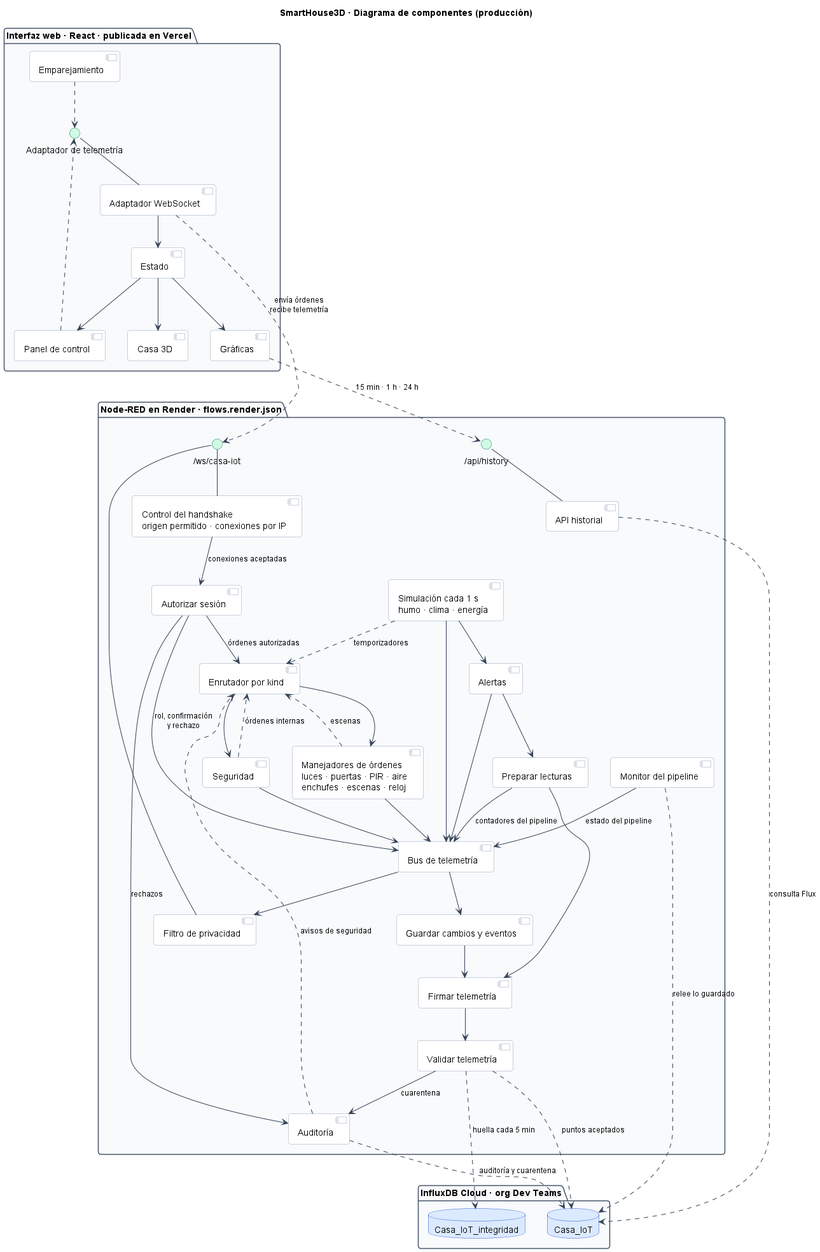
Before: docs/diagramas/png/componentes.png, a diagram exported from PlantUML (WilderG2004/SmartHouse3D).
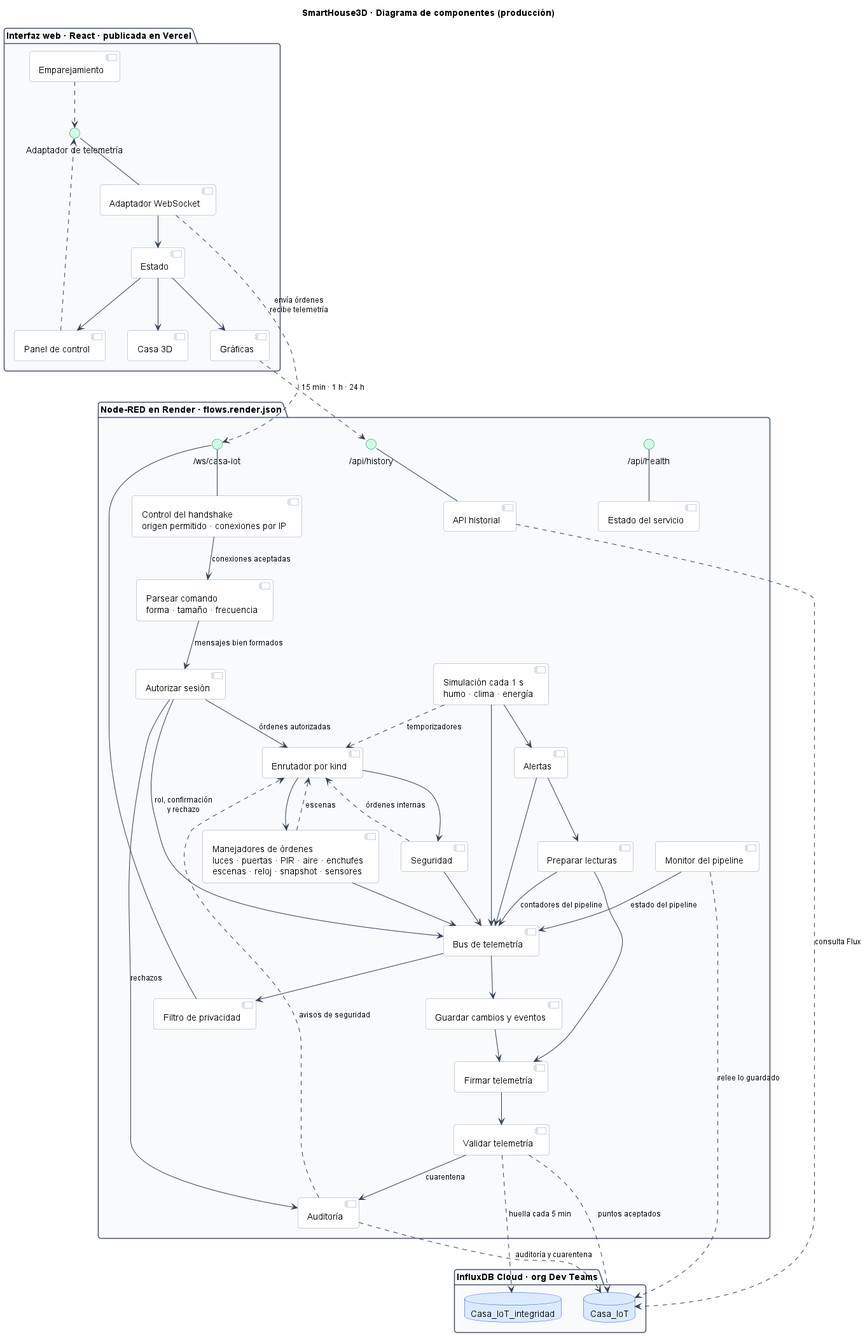
After the commit.

Commit message:
Componentes: salud, parseo y los manejadores completos

Change to the diagram source:
```diff
@@ -48,9 +48,11 @@
 
 package "Node-RED en Render · flows.render.json" {
   component "Control del handshake\norigen permitido · conexiones por IP" as handshake
+  component "Parsear comando\nforma · tamaño · frecuencia" as parse
   component "Autorizar sesión" as auth
   component "Enrutador por kind" as router
-  component "Manejadores de órdenes\nluces · puertas · PIR · aire\nenchufes · escenas · reloj" as handlers
+  component "Manejadores de órdenes\nluces · puertas · PIR · aire · enchufes\nescenas · reloj · snapshot · sensores" as handlers
+  component "Estado del servicio" as salud
   component "Seguridad" as seg
   component "Simulación cada 1 s\nhumo · clima · energía" as simul
   component "Alertas" as alertas
@@ -65,12 +67,15 @@
   component "Monitor del pipeline" as monitor
   interface "/ws/casa-iot" as IWs
   interface "/api/history" as IHist
+  interface "/api/health" as ISalud
 
   handshake -up- IWs
   filtro -up- IWs
   api -up- IHist
+  salud -up- ISalud
 
-  handshake --> auth : "conexiones aceptadas"
+  handshake --> parse : "conexiones aceptadas"
+  parse --> auth : "mensajes bien formados"
   auth --> router : "órdenes autorizadas"
   auth --> audit : "rechazos"
   auth --> bus : "rol, confirmación\ny rechazo"
```
